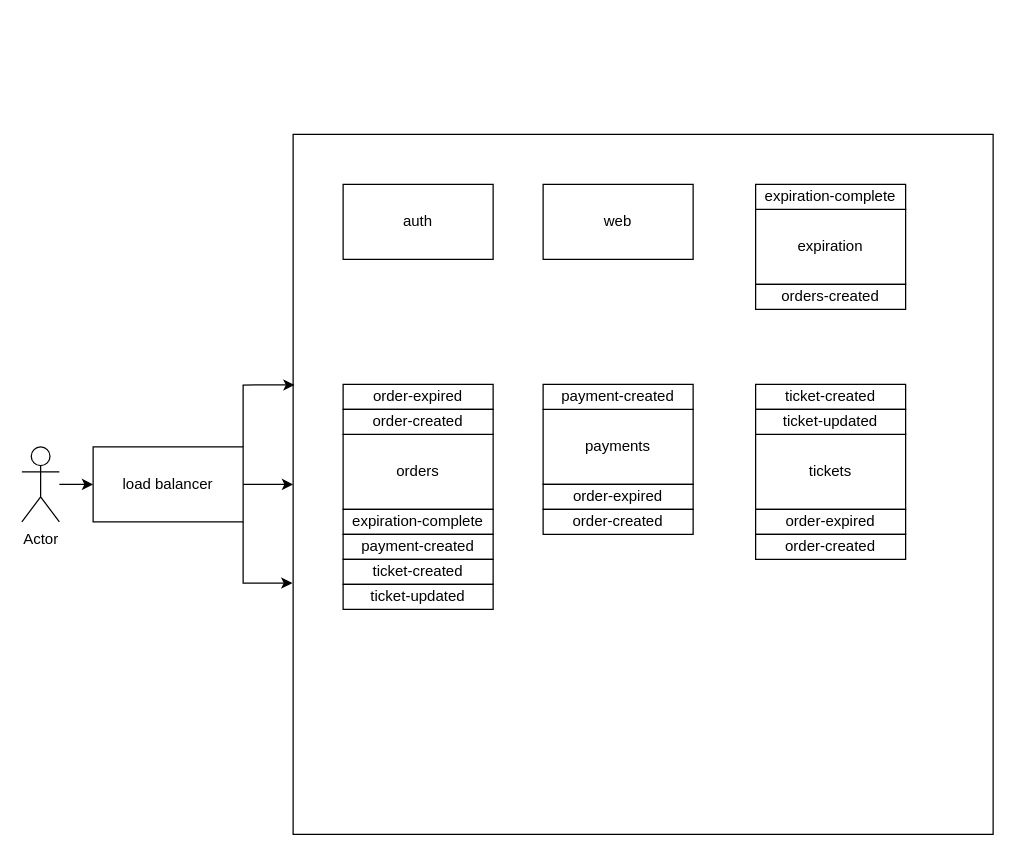
Above: Tazaker.drawio in markmorcos/Tazaker (draw.io), before the change. Source tidied: cells renumbered, new cells numbered last; positions are measured from the earlier drawing's top-left corner, leaving out a move shared by most shapes. Both pictures are drawn from the tidied source at 125%, with x=0, y=0 at pixel (21, 134).
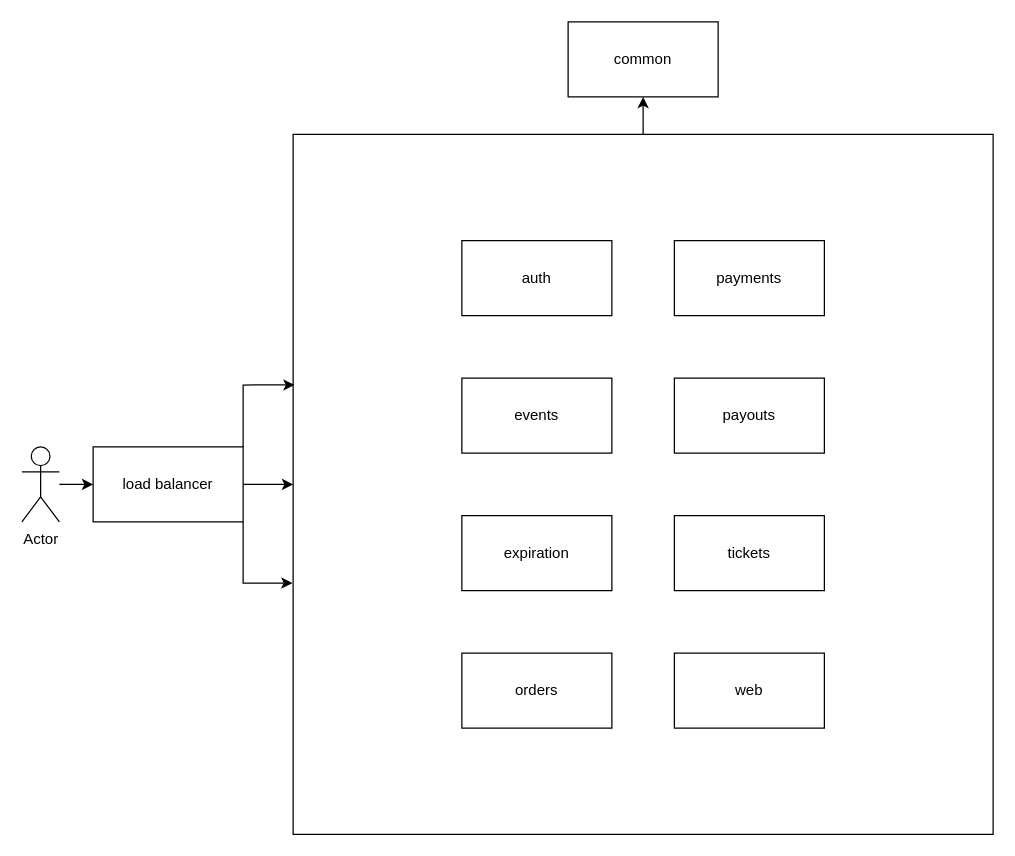
Above is the later version.

The change refers to these unchanged cells:
```xml
<mxCell id="6" style="whiteSpace=wrap;html=1;fontStyle=0;" parent="1" vertex="1">
  <mxGeometry x="217" width="560" height="560" as="geometry" />
</mxCell>
```

The edit, as a diff of the source:
```diff
@@
+    <mxCell id="34" style="edgeStyle=orthogonalEdgeStyle;rounded=0;jettySize=auto;html=1;" parent="1" edge="1" source="6" target="37">
+      <mxGeometry relative="1" as="geometry" />
+    </mxCell>
@@
-    <mxCell id="8" value="web" style="rounded=0;whiteSpace=wrap;html=1;fontStyle=0;" parent="1" vertex="1">
-      <mxGeometry x="417" y="40" width="120" height="60" as="geometry" />
+    <mxCell id="8" value="payouts" style="rounded=0;whiteSpace=wrap;html=1;fontStyle=0;" parent="1" vertex="1">
+      <mxGeometry x="522" y="195" width="120" height="60" as="geometry" />
     </mxCell>
     <mxCell id="9" value="auth" style="rounded=0;whiteSpace=wrap;html=1;fontStyle=0;" parent="1" vertex="1">
-      <mxGeometry x="257" y="40" width="120" height="60" as="geometry" />
+      <mxGeometry x="352" y="85" width="120" height="60" as="geometry" />
     </mxCell>
@@
-    <mxCell id="11" style="group;" parent="1" vertex="1">
-      <mxGeometry x="587" y="200" width="120" height="140" as="geometry" />
-    </mxCell>
+    <mxCell id="19" value="orders" style="rounded=0;whiteSpace=wrap;html=1;fontStyle=0;" parent="1" vertex="1">
+      <mxGeometry x="352" y="415" width="120" height="60" as="geometry" />
+    </mxCell>
+    <mxCell id="30" value="payments" style="rounded=0;whiteSpace=wrap;html=1;fontStyle=0;" parent="1" vertex="1">
+      <mxGeometry x="522" y="85" width="120" height="60" as="geometry" />
+    </mxCell>
-    <mxCell id="12" value="tickets" style="rounded=0;whiteSpace=wrap;html=1;fontStyle=0;" parent="11" vertex="1">
-      <mxGeometry y="40" width="120" height="60" as="geometry" />
+    <mxCell id="12" value="tickets" style="rounded=0;whiteSpace=wrap;html=1;fontStyle=0;" parent="1" vertex="1">
+      <mxGeometry x="522" y="305" width="120" height="60" as="geometry" />
     </mxCell>
-    <mxCell id="13" value="ticket-created" style="rounded=0;whiteSpace=wrap;html=1;fontStyle=0;" parent="11" vertex="1">
-      <mxGeometry width="120" height="20" as="geometry" />
-    </mxCell>
-    <mxCell id="14" value="ticket-updated" style="rounded=0;whiteSpace=wrap;html=1;fontStyle=0;" parent="11" vertex="1">
-      <mxGeometry y="20" width="120" height="20" as="geometry" />
-    </mxCell>
-    <mxCell id="15" value="order-expired" style="rounded=0;whiteSpace=wrap;html=1;fontStyle=0;" parent="11" vertex="1">
-      <mxGeometry y="100" width="120" height="20" as="geometry" />
-    </mxCell>
-    <mxCell id="16" value="order-created" style="rounded=0;whiteSpace=wrap;html=1;fontStyle=0;" parent="11" vertex="1">
-      <mxGeometry y="120" width="120" height="20" as="geometry" />
-    </mxCell>
-    <mxCell id="17" style="group;" parent="1" vertex="1">
-      <mxGeometry x="257" y="200" width="120" height="180" as="geometry" />
-    </mxCell>
-    <mxCell id="18" value="order-expired" style="rounded=0;whiteSpace=wrap;html=1;fontStyle=0;" parent="17" vertex="1">
-      <mxGeometry width="120" height="20" as="geometry" />
-    </mxCell>
-    <mxCell id="19" value="orders" style="rounded=0;whiteSpace=wrap;html=1;fontStyle=0;" parent="17" vertex="1">
-      <mxGeometry y="40" width="120" height="60" as="geometry" />
-    </mxCell>
-    <mxCell id="20" value="order-created" style="rounded=0;whiteSpace=wrap;html=1;fontStyle=0;" parent="17" vertex="1">
-      <mxGeometry y="20" width="120" height="20" as="geometry" />
-    </mxCell>
-    <mxCell id="21" value="expiration-complete" style="rounded=0;whiteSpace=wrap;html=1;fontStyle=0;" parent="17" vertex="1">
-      <mxGeometry y="100" width="120" height="20" as="geometry" />
-    </mxCell>
-    <mxCell id="22" value="payment-created" style="rounded=0;whiteSpace=wrap;html=1;fontStyle=0;" parent="17" vertex="1">
-      <mxGeometry y="120" width="120" height="20" as="geometry" />
-    </mxCell>
-    <mxCell id="23" value="ticket-created" style="rounded=0;whiteSpace=wrap;html=1;fontStyle=0;" parent="17" vertex="1">
-      <mxGeometry y="140" width="120" height="20" as="geometry" />
-    </mxCell>
-    <mxCell id="24" value="ticket-updated" style="rounded=0;whiteSpace=wrap;html=1;fontStyle=0;" parent="17" vertex="1">
-      <mxGeometry y="160" width="120" height="20" as="geometry" />
-    </mxCell>
-    <mxCell id="25" style="group;" parent="1" vertex="1">
-      <mxGeometry x="587" y="40" width="120" height="100" as="geometry" />
-    </mxCell>
-    <mxCell id="26" value="expiration" style="rounded=0;whiteSpace=wrap;html=1;fontStyle=0;" parent="25" vertex="1">
-      <mxGeometry y="20" width="120" height="60" as="geometry" />
+    <mxCell id="26" value="expiration" style="rounded=0;whiteSpace=wrap;html=1;fontStyle=0;" parent="1" vertex="1">
+      <mxGeometry x="352" y="305" width="120" height="60" as="geometry" />
     </mxCell>
-    <mxCell id="27" value="expiration-complete" style="rounded=0;whiteSpace=wrap;html=1;fontStyle=0;" parent="25" vertex="1">
-      <mxGeometry width="120" height="20" as="geometry" />
-    </mxCell>
-    <mxCell id="28" value="orders-created" style="rounded=0;whiteSpace=wrap;html=1;fontStyle=0;" parent="25" vertex="1">
-      <mxGeometry y="80" width="120" height="20" as="geometry" />
-    </mxCell>
-    <mxCell id="29" style="group;" parent="1" vertex="1">
-      <mxGeometry x="417" y="200" width="120" height="120" as="geometry" />
-    </mxCell>
-    <mxCell id="30" value="payments" style="rounded=0;whiteSpace=wrap;html=1;fontStyle=0;" parent="29" vertex="1">
-      <mxGeometry y="20" width="120" height="60" as="geometry" />
-    </mxCell>
-    <mxCell id="31" value="payment-created" style="rounded=0;whiteSpace=wrap;html=1;fontStyle=0;" parent="29" vertex="1">
-      <mxGeometry width="120" height="20" as="geometry" />
-    </mxCell>
-    <mxCell id="32" value="order-expired" style="rounded=0;whiteSpace=wrap;html=1;fontStyle=0;" parent="29" vertex="1">
-      <mxGeometry y="80" width="120" height="20" as="geometry" />
-    </mxCell>
-    <mxCell id="33" value="order-created" style="rounded=0;whiteSpace=wrap;html=1;fontStyle=0;" parent="29" vertex="1">
-      <mxGeometry y="100" width="120" height="20" as="geometry" />
-    </mxCell>
+    <mxCell id="35" value="events" style="rounded=0;whiteSpace=wrap;html=1;fontStyle=0;" parent="1" vertex="1">
+      <mxGeometry x="352" y="195" width="120" height="60" as="geometry" />
+    </mxCell>
+    <mxCell id="36" value="web" style="rounded=0;whiteSpace=wrap;html=1;fontStyle=0;" parent="1" vertex="1">
+      <mxGeometry x="522" y="415" width="120" height="60" as="geometry" />
+    </mxCell>
+    <mxCell id="37" value="common" style="rounded=0;whiteSpace=wrap;html=1;fontStyle=0;" parent="1" vertex="1">
+      <mxGeometry x="437" y="-90" width="120" height="60" as="geometry" />
+    </mxCell>
```
